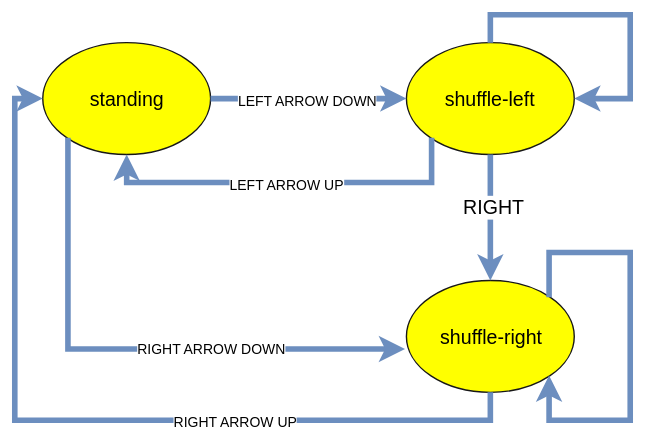
areisle/javascript-tutorial keeps this draw.io diagram as images/diagram-2.svg. Above is the earlier version. Source tidied: cells renumbered, new cells last; positions are measured from the earlier drawing's top-left corner, leaving out a move shared by most shapes.
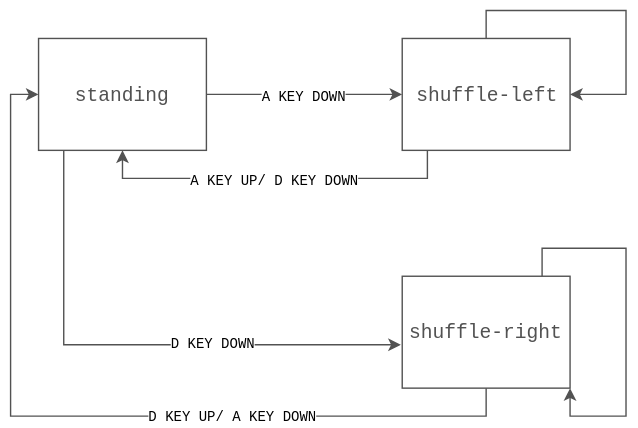
Above is the later version.

Commit message:
starting fixing the on resize  issues with the bird and menu items and swapped out the old diagrams

What changed in the source:
```diff
@@ -2,20 +2,20 @@
   <root>
     <mxCell id="0" />
     <mxCell id="1" parent="0" />
-    <mxCell id="2" value="standing" style="ellipse;whiteSpace=wrap;html=1;shadow=0;dashed=0;strokeColor=#171717;strokeWidth=1;fillColor=#FFFF00;fontSize=14;" parent="1" vertex="1">
+    <mxCell id="2" value="standing" style="rectangle;whiteSpace=wrap;html=1;shadow=0;dashed=0;strokeColor=#525252;strokeWidth=1;fillColor=#ffffff;fontSize=14;fontFamily=Courier New;fontColor=#525252;" parent="1" vertex="1">
       <mxGeometry y="20" width="120" height="80" as="geometry" />
     </mxCell>
-    <mxCell id="3" value="shuffle-left" style="ellipse;whiteSpace=wrap;html=1;shadow=0;dashed=0;strokeColor=#171717;strokeWidth=1;fillColor=#FFFF00;fontSize=14;" parent="1" vertex="1">
+    <mxCell id="3" value="shuffle-left" style="rectangle&#10;;whiteSpace=wrap;html=1;shadow=0;dashed=0;strokeColor=#525252;strokeWidth=1;fillColor=#ffffff;fontSize=14;fontFamily=Courier New;fontColor=#525252;" parent="1" vertex="1">
       <mxGeometry x="260" y="20" width="120" height="80" as="geometry" />
     </mxCell>
-    <mxCell id="4" value="shuffle-right" style="ellipse;whiteSpace=wrap;html=1;shadow=0;dashed=0;strokeColor=#171717;strokeWidth=1;fillColor=#FFFF00;fontSize=14;" parent="1" vertex="1">
+    <mxCell id="4" value="shuffle-right" style="rectangle;whiteSpace=wrap;html=1;shadow=0;strokeColor=#525252;strokeWidth=1;fillColor=#ffffff;fontSize=14;fontFamily=Courier New;fontColor=#525252;" parent="1" vertex="1">
       <mxGeometry x="260" y="190" width="120" height="80" as="geometry" />
     </mxCell>
-    <mxCell id="5" value="&lt;font style=&quot;font-size: 10px&quot;&gt;LEFT ARROW DOWN&lt;/font&gt;" style="endArrow=classic;html=1;strokeColor=#6c8ebf;strokeWidth=4;fillColor=#dae8fc;fontSize=14;exitX=1;exitY=0.5;entryX=0;entryY=0.5;" parent="1" edge="1" source="2" target="3">
-      <mxGeometry x="320" y="150" as="geometry" />
+    <mxCell id="5" value="&lt;font style=&quot;font-size: 10px&quot;&gt;A KEY DOWN&lt;/font&gt;" style="endArrow=classic;html=1;strokeColor=#525252;strokeWidth=1;fillColor=#dae8fc;fontSize=14;exitX=1;exitY=0.5;entryX=0;entryY=0.5;fontFamily=Courier New;rounded=0;endFill=1;startArrow=none;" parent="1" edge="1" source="2" target="3">
+      <mxGeometry x="790" y="490" as="geometry" />
     </mxCell>
-    <mxCell id="6" style="edgeStyle=orthogonalEdgeStyle;rounded=0;html=1;exitX=0.5;exitY=0;entryX=1;entryY=0.5;startArrow=none;startFill=0;endArrow=classic;endFill=1;jettySize=auto;orthogonalLoop=1;strokeColor=#6c8ebf;strokeWidth=4;fillColor=#dae8fc;fontSize=14;" parent="1" edge="1" source="3" target="3">
-      <mxGeometry x="520" y="90" as="geometry">
+    <mxCell id="6" style="edgeStyle=orthogonalEdgeStyle;rounded=0;html=1;exitX=0.5;exitY=0;entryX=1;entryY=0.5;startArrow=none;startFill=0;endArrow=classic;endFill=1;jettySize=auto;orthogonalLoop=1;strokeColor=#525252;strokeWidth=1;fillColor=#dae8fc;fontSize=14;fontFamily=Courier New;" parent="1" edge="1" source="3" target="3">
+      <mxGeometry x="990" y="430" as="geometry">
         <Array as="points">
           <mxPoint x="320" />
           <mxPoint x="420" />
@@ -23,62 +23,57 @@
         </Array>
       </mxGeometry>
     </mxCell>
-    <mxCell id="7" style="edgeStyle=orthogonalEdgeStyle;rounded=0;html=1;exitX=0.5;exitY=1;entryX=0.5;entryY=0;startArrow=none;startFill=0;endArrow=classic;endFill=1;jettySize=auto;strokeColor=#6c8ebf;strokeWidth=4;fillColor=#dae8fc;fontSize=14;" parent="1" edge="1" source="3" target="4">
-      <mxGeometry x="520" y="190" as="geometry" />
+    <mxCell id="7" value="&lt;font style=&quot;font-size: 10px&quot;&gt;A KEY UP/ D KEY DOWN&lt;/font&gt;" style="edgeStyle=orthogonalEdgeStyle;rounded=0;html=1;entryX=0.5;entryY=1;startArrow=none;startFill=0;endArrow=classic;endFill=1;jettySize=auto;strokeColor=#525252;strokeWidth=1;fillColor=#dae8fc;fontSize=14;fontFamily=Courier New;" parent="1" edge="1" target="2">
+      <mxGeometry x="730" y="530" as="geometry">
+        <mxPoint x="278" y="100" as="sourcePoint" />
+        <Array as="points">
+          <mxPoint x="278" y="120" />
+          <mxPoint x="60" y="120" />
+        </Array>
+      </mxGeometry>
     </mxCell>
-    <mxCell id="8" value="RIGHT" style="text;html=1;align=center;verticalAlign=middle;labelBackgroundColor=#ffffff;fontSize=14;" parent="7" vertex="1">
-      <mxGeometry x="-0.2" y="2" relative="1" as="geometry" />
+    <mxCell id="8" style="edgeStyle=orthogonalEdgeStyle;rounded=0;html=1;entryX=-0.012;entryY=0.613;entryPerimeter=0;startArrow=none;startFill=0;endArrow=classic;endFill=1;jettySize=auto;strokeColor=#525252;strokeWidth=1;fillColor=#dae8fc;fontSize=14;fontFamily=Courier New;" parent="1" edge="1" target="4">
+      <mxGeometry x="688" y="530" as="geometry">
+        <mxPoint x="18" y="100" as="sourcePoint" />
+        <Array as="points">
+          <mxPoint x="18" y="239" />
+        </Array>
+      </mxGeometry>
     </mxCell>
-    <mxCell id="9" value="RIGHT" style="text;html=1;align=center;verticalAlign=middle;labelBackgroundColor=#ffffff;fontSize=14;" parent="1" vertex="1">
-      <mxGeometry x="322" y="136" as="geometry" />
+    <mxCell id="9" value="&lt;font style=&quot;font-size: 10px&quot;&gt;D KEY DOWN&lt;/font&gt;" style="text;html=1;align=center;verticalAlign=middle;labelBackgroundColor=#ffffff;fontSize=14;fontFamily=Courier New;" parent="8" vertex="1">
+      <mxGeometry x="0.29" y="-2" relative="1" as="geometry">
+        <mxPoint y="-5" as="offset" />
+      </mxGeometry>
     </mxCell>
-    <mxCell id="10" value="&lt;font style=&quot;font-size: 10px&quot;&gt;LEFT ARROW UP&lt;/font&gt;" style="edgeStyle=orthogonalEdgeStyle;rounded=0;html=1;exitX=0;exitY=1;entryX=0.5;entryY=1;startArrow=none;startFill=0;endArrow=classic;endFill=1;jettySize=auto;strokeColor=#6c8ebf;strokeWidth=4;fillColor=#dae8fc;fontSize=14;" parent="1" edge="1" source="3" target="2">
-      <mxGeometry x="260" y="178" as="geometry">
-        <Array as="points">
-          <mxPoint x="278" y="120" />
-          <mxPoint x="60" y="120" />
-        </Array>
+    <mxCell id="10" value="&lt;font style=&quot;font-size: 10px&quot;&gt;D KEY DOWN&lt;/font&gt;" style="text;html=1;align=center;verticalAlign=middle;labelBackgroundColor=#ffffff;fontSize=14;fontFamily=Courier New;" parent="1" vertex="1">
+      <mxGeometry x="124" y="236" as="geometry">
+        <mxPoint y="-5" as="offset" />
       </mxGeometry>
     </mxCell>
-    <mxCell id="11" style="edgeStyle=orthogonalEdgeStyle;rounded=0;html=1;exitX=0;exitY=1;entryX=-0.012;entryY=0.613;entryPerimeter=0;startArrow=none;startFill=0;endArrow=classic;endFill=1;jettySize=auto;strokeColor=#6c8ebf;strokeWidth=4;fillColor=#dae8fc;fontSize=14;" parent="1" edge="1" source="2" target="4">
-      <mxGeometry x="218" y="178" as="geometry">
-        <Array as="points">
-          <mxPoint x="18" y="239" />
-        </Array>
-      </mxGeometry>
+    <mxCell id="11" style="edgeStyle=orthogonalEdgeStyle;rounded=0;html=1;exitX=0.5;exitY=1;entryX=0;entryY=0.5;startArrow=none;startFill=0;endArrow=classic;endFill=1;jettySize=auto;strokeColor=#525252;strokeWidth=1;fillColor=#dae8fc;fontSize=14;fontFamily=Courier New;" parent="1" edge="1" source="4" target="2">
+      <mxGeometry x="650" y="490" as="geometry" />
     </mxCell>
-    <mxCell id="12" value="&lt;font style=&quot;font-size: 10px&quot;&gt;RIGHT ARROW DOWN&lt;/font&gt;" style="text;html=1;align=center;verticalAlign=middle;labelBackgroundColor=#ffffff;fontSize=14;" parent="11" vertex="1">
-      <mxGeometry x="0.29" y="-2" relative="1" as="geometry">
-        <mxPoint y="-5" as="offset" />
+    <mxCell id="12" value="&lt;font style=&quot;font-size: 10px&quot;&gt;D KEY UP/ A KEY DOWN&lt;/font&gt;" style="text;html=1;align=center;verticalAlign=middle;labelBackgroundColor=#ffffff;fontSize=14;fontFamily=Courier New;" parent="11" vertex="1">
+      <mxGeometry x="-0.34" y="2" relative="1" as="geometry">
+        <mxPoint y="-4" as="offset" />
       </mxGeometry>
     </mxCell>
-    <mxCell id="13" value="&lt;font style=&quot;font-size: 10px&quot;&gt;RIGHT ARROW DOWN&lt;/font&gt;" style="text;html=1;align=center;verticalAlign=middle;labelBackgroundColor=#ffffff;fontSize=14;" parent="1" vertex="1">
-      <mxGeometry x="120" y="236" as="geometry">
-        <mxPoint y="-5" as="offset" />
+    <mxCell id="13" value="&lt;font style=&quot;font-size: 10px&quot;&gt;D KEY UP/ A KEY DOWN&lt;/font&gt;" style="text;html=1;align=center;verticalAlign=middle;labelBackgroundColor=#ffffff;fontSize=14;fontFamily=Courier New;" parent="1" vertex="1">
+      <mxGeometry x="138" y="288" as="geometry">
+        <mxPoint y="-4" as="offset" />
       </mxGeometry>
     </mxCell>
-    <mxCell id="14" style="edgeStyle=orthogonalEdgeStyle;rounded=0;html=1;exitX=0.5;exitY=1;entryX=0;entryY=0.5;startArrow=none;startFill=0;endArrow=classic;endFill=1;jettySize=auto;strokeColor=#6c8ebf;strokeWidth=4;fillColor=#dae8fc;fontSize=14;" parent="1" edge="1" source="4" target="2">
-      <mxGeometry x="180" y="150" as="geometry" />
+    <mxCell id="14" style="edgeStyle=orthogonalEdgeStyle;rounded=0;html=1;entryX=1;entryY=1;startArrow=none;startFill=0;endArrow=classic;endFill=1;jettySize=auto;strokeColor=#525252;strokeWidth=1;fillColor=#dae8fc;fontSize=14;fontFamily=Courier New;" parent="1" edge="1" target="4">
+      <mxGeometry x="1030" y="600" as="geometry">
+        <mxPoint x="360" y="190" as="sourcePoint" />
+        <Array as="points">
+          <mxPoint x="360" y="190" />
+          <mxPoint x="360" y="170" />
+          <mxPoint x="420" y="170" />
+          <mxPoint x="420" y="290" />
+          <mxPoint x="380" y="290" />
+        </Array>
+      </mxGeometry>
     </mxCell>
-    <mxCell id="15" value="&lt;font style=&quot;font-size: 10px&quot;&gt;RIGHT ARROW UP&lt;/font&gt;" style="text;html=1;align=center;verticalAlign=middle;labelBackgroundColor=#ffffff;fontSize=14;" parent="14" vertex="1">
-      <mxGeometry x="-0.34" y="2" relative="1" as="geometry">
-        <mxPoint y="-4" as="offset" />
-      </mxGeometry>
-    </mxCell>
-    <mxCell id="16" value="&lt;font style=&quot;font-size: 10px&quot;&gt;RIGHT ARROW UP&lt;/font&gt;" style="text;html=1;align=center;verticalAlign=middle;labelBackgroundColor=#ffffff;fontSize=14;" parent="1" vertex="1">
-      <mxGeometry x="138" y="288" as="geometry">
-        <mxPoint y="-4" as="offset" />
-      </mxGeometry>
-    </mxCell>
-    <mxCell id="17" style="edgeStyle=orthogonalEdgeStyle;rounded=0;html=1;exitX=1;exitY=0;entryX=1;entryY=1;startArrow=none;startFill=0;endArrow=classic;endFill=1;jettySize=auto;orthogonalLoop=1;strokeColor=#6c8ebf;strokeWidth=4;fillColor=#dae8fc;fontSize=14;" parent="1" edge="1" source="4" target="4">
-      <mxGeometry x="562" y="260" as="geometry">
-        <Array as="points">
-          <mxPoint x="362" y="170" />
-          <mxPoint x="420" y="170" />
-          <mxPoint x="420" y="290" />
-          <mxPoint x="362" y="290" />
-        </Array>
-      </mxGeometry>
-    </mxCell>
   </root>
 </mxGraphModel>
```
